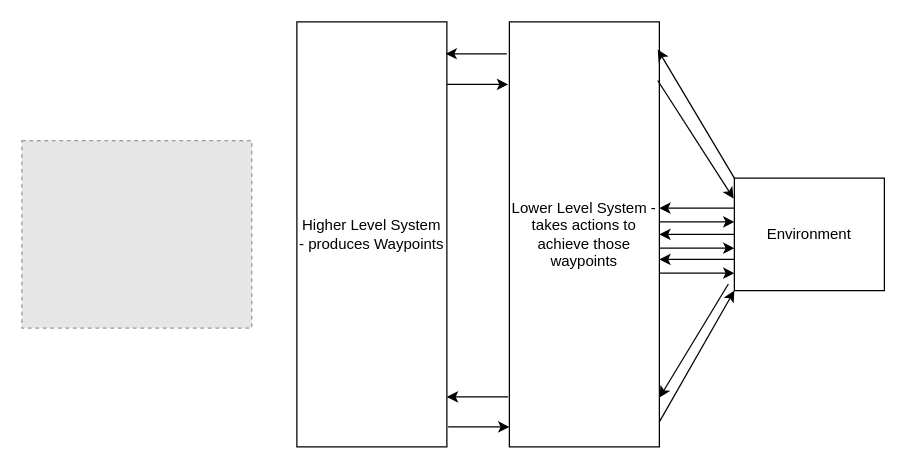
Before: 02_Progress_reports/systemDesign.drawio in TommyWoodley/TommyWoodleyMEngProject, a draw.io diagram. Source tidied: cells renumbered, new cells numbered last; positions are measured from the earlier drawing's top-left corner, leaving out a move shared by most shapes. Both pictures are drawn from the tidied source at 125%, with x=0, y=0 at pixel (21, 21). Pictures stored in the file or linked from it are replaced by grey dashed boxes.
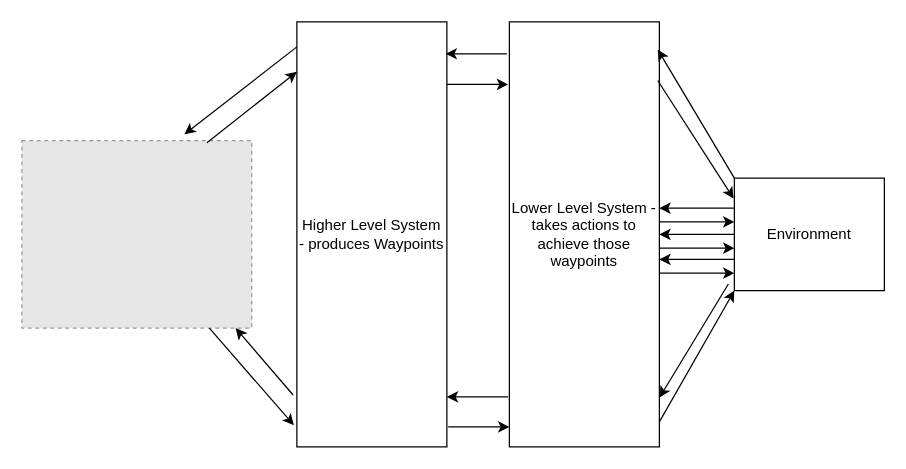
The same page after the edit.

Unchanged cells that the change refers to:
```xml
<mxCell id="2" style="fillColor=#E6E6E6;strokeColor=#999999;dashed=1;verticalLabelPosition=bottom;labelBackgroundColor=default;verticalAlign=top;" parent="1" vertex="1">
  <mxGeometry y="95" width="183.9" height="150" as="geometry" />
</mxCell>
<mxCell id="3" value="Higher Level System&lt;div&gt;- produces Waypoints&lt;/div&gt;" style="rounded=0;whiteSpace=wrap;html=1;" parent="1" vertex="1">
  <mxGeometry x="220" width="120" height="340" as="geometry" />
</mxCell>
```

Diff of the diagram source:
```diff
@@
+    <mxCell id="20" style="endArrow=classic;html=1;rounded=0;exitX=-0.017;exitY=0.075;exitDx=0;exitDy=0;exitPerimeter=0;" parent="1" edge="1">
+      <mxGeometry relative="1" as="geometry">
+        <mxPoint x="220" y="20" as="sourcePoint" />
+        <mxPoint x="130" y="90" as="targetPoint" />
+      </mxGeometry>
+    </mxCell>
+    <mxCell id="21" style="endArrow=none;html=1;rounded=0;exitX=-0.017;exitY=0.075;exitDx=0;exitDy=0;exitPerimeter=0;entryX=0.805;entryY=0.011;entryDx=0;entryDy=0;entryPerimeter=0;startArrow=classic;startFill=1;endFill=0;" parent="1" edge="1" target="2">
+      <mxGeometry relative="1" as="geometry">
+        <mxPoint x="220" y="40" as="sourcePoint" />
+      </mxGeometry>
+    </mxCell>
+    <mxCell id="22" style="endArrow=classic;html=1;rounded=0;exitX=-0.025;exitY=0.878;exitDx=0;exitDy=0;exitPerimeter=0;entryX=0.992;entryY=0.075;entryDx=0;entryDy=0;entryPerimeter=0;" parent="1" edge="1" source="3">
+      <mxGeometry relative="1" as="geometry">
+        <mxPoint x="171" y="245" as="targetPoint" />
+      </mxGeometry>
+    </mxCell>
+    <mxCell id="23" style="endArrow=none;html=1;rounded=0;exitX=-0.02;exitY=0.949;exitDx=0;exitDy=0;exitPerimeter=0;entryX=0.992;entryY=0.075;entryDx=0;entryDy=0;entryPerimeter=0;endFill=0;startArrow=classic;startFill=1;" parent="1" edge="1" source="3">
+      <mxGeometry relative="1" as="geometry">
+        <mxPoint x="150" y="245" as="targetPoint" />
+      </mxGeometry>
+    </mxCell>
```
